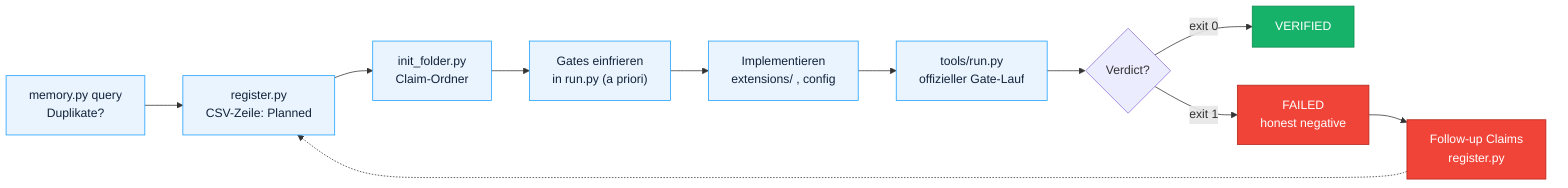
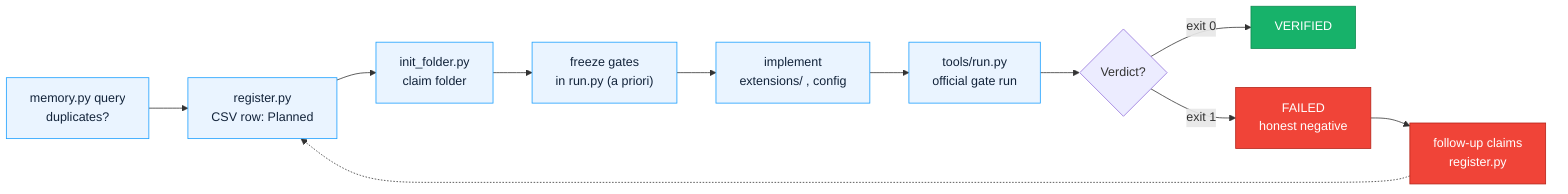
flowchart LR
-     A["memory.py query<br/>Duplikate?"] --> B["register.py<br/>CSV-Zeile: Planned"]
-     B --> C["init_folder.py<br/>Claim-Ordner"]
-     C --> D["Gates einfrieren<br/>in run.py (a priori)"]
-     D --> E["Implementieren<br/>extensions/ , config"]
-     E --> F["tools/run.py<br/>offizieller Gate-Lauf"]
+     A["memory.py query<br/>duplicates?"] --> B["register.py<br/>CSV row: Planned"]
+     B --> C["init_folder.py<br/>claim folder"]
+     C --> D["freeze gates<br/>in run.py (a priori)"]
+     D --> E["implement<br/>extensions/ , config"]
+     E --> F["tools/run.py<br/>official gate run"]
    F --> G{"Verdict?"}
    G -->|exit 0| H["VERIFIED"]
    G -->|exit 1| I["FAILED<br/>honest negative"]
-     I --> J["Follow-up Claims<br/>register.py"]
+     I --> J["follow-up claims<br/>register.py"]
    J -.-> B

    classDef ok fill:#17B26A,stroke:#0E8A50,color:#fff;
    classDef bad fill:#F04438,stroke:#B42318,color:#fff;
    classDef step fill:#EAF4FF,stroke:#189EFF,color:#12233A;
    class H ok;
    class I,J bad;
    class A,B,C,D,E,F step;
